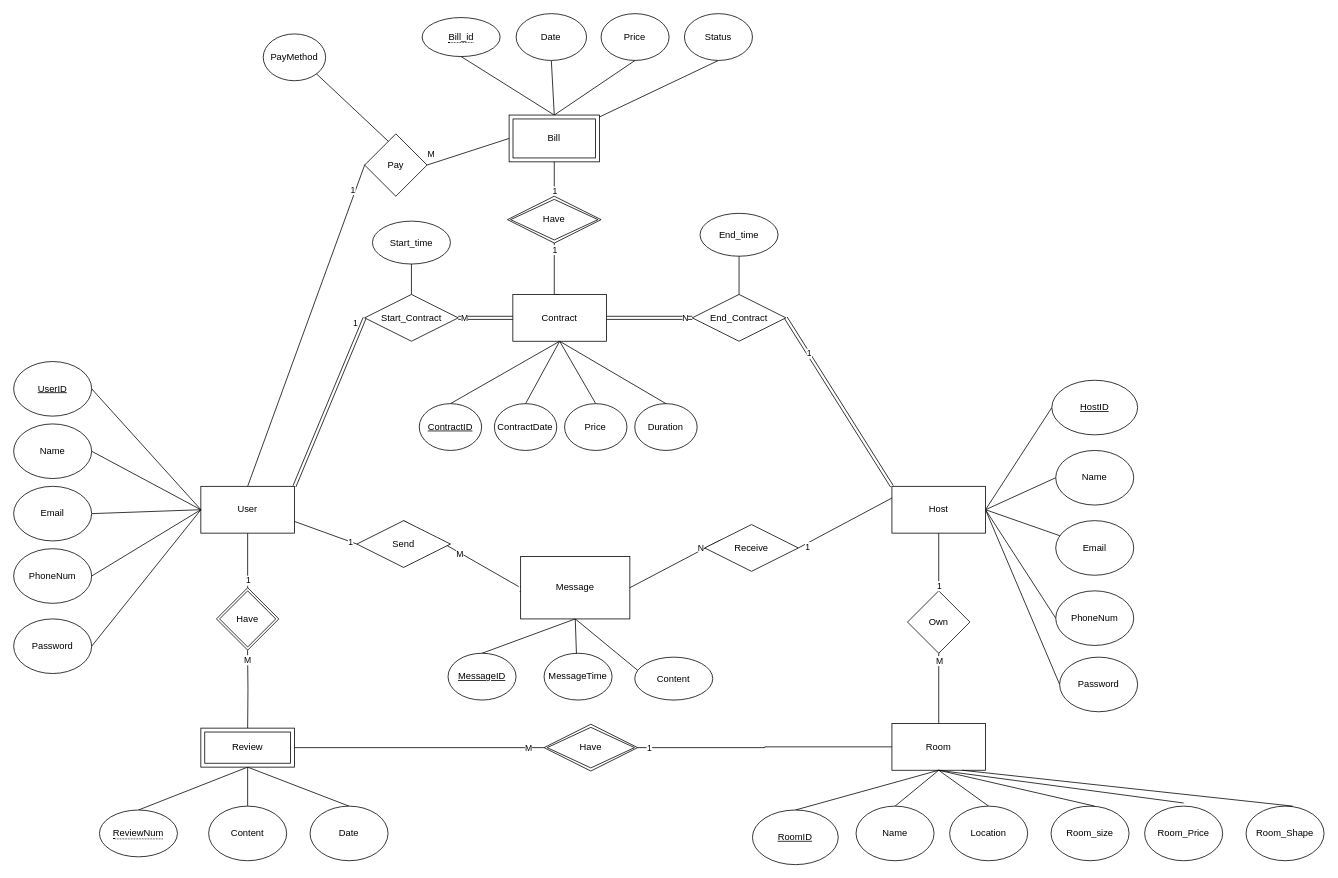
Earlier version of the draw.io diagram page "ERD" (1 of 3) of test.drawio (NKIWI0310/Database_TermProject). Source tidied: cells renumbered, new cells numbered last; positions are measured from the earlier drawing's top-left corner, leaving out a move shared by most shapes. Both pictures are drawn from the tidied source at 78%, with x=0, y=0 at pixel (13, 13).
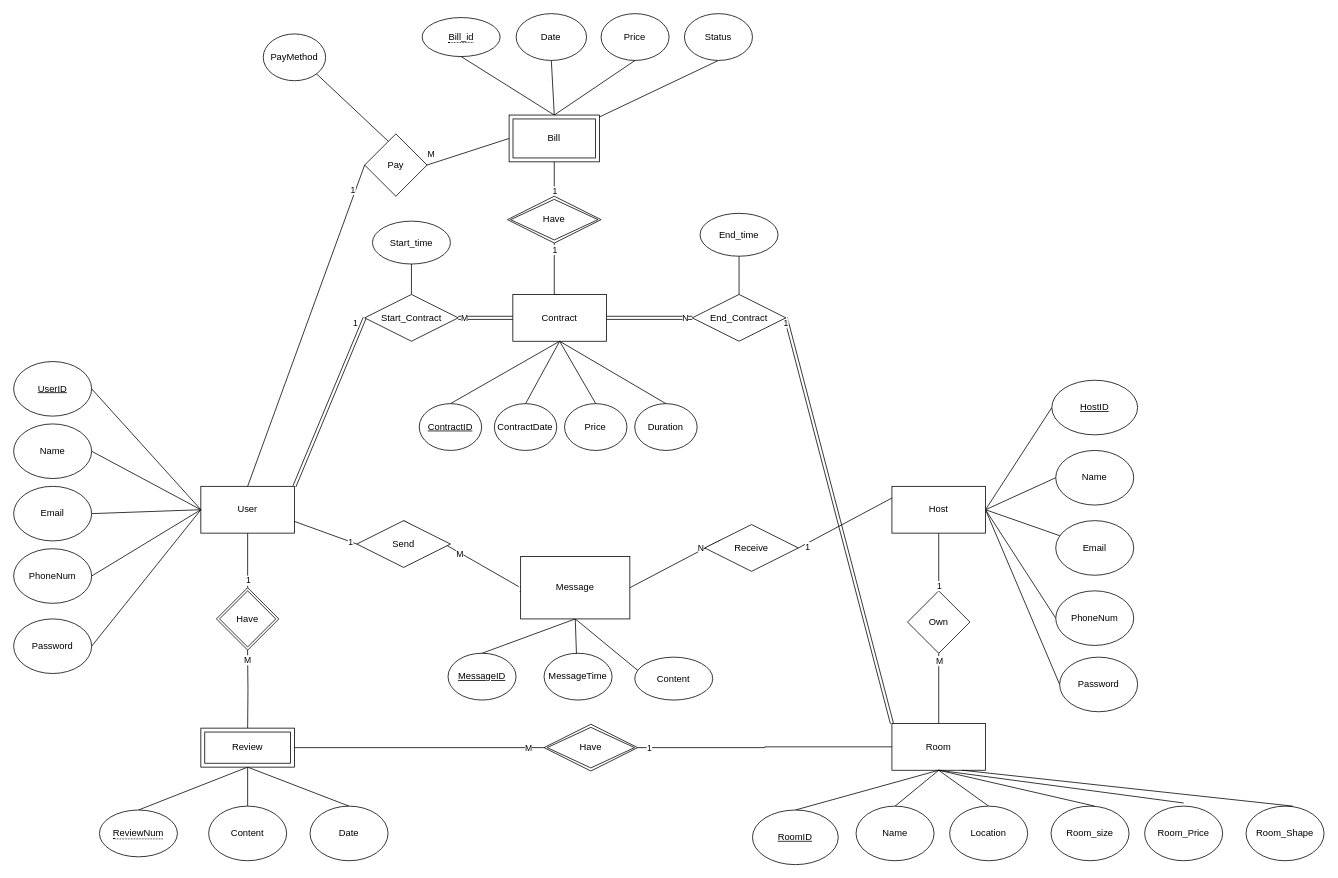
The same diagram, later.

The change refers to these unchanged cells:
```xml
<mxCell id="24" value="Room" style="rounded=0;whiteSpace=wrap;html=1;" parent="1" vertex="1">
  <mxGeometry x="1126" y="910" width="120" height="60" as="geometry" />
</mxCell>
<mxCell id="45" value="Host" style="rounded=0;whiteSpace=wrap;html=1;" parent="1" vertex="1">
  <mxGeometry x="1126" y="606" width="120" height="60" as="geometry" />
</mxCell>
<mxCell id="90" value="End_Contract" style="shape=rhombus;perimeter=rhombusPerimeter;whiteSpace=wrap;html=1;align=center;" parent="1" vertex="1">
  <mxGeometry x="870" y="360" width="120" height="60" as="geometry" />
</mxCell>
```

What changed in the source:
```diff
@@
-    <mxCell id="87" style="rounded=0;jettySize=auto;html=1;exitX=1;exitY=0.5;exitDx=0;exitDy=0;entryX=0;entryY=0;entryDx=0;entryDy=0;shape=link;" parent="1" edge="1" source="90" target="45">
+    <mxCell id="87" style="rounded=0;jettySize=auto;html=1;exitX=1;exitY=0.5;exitDx=0;exitDy=0;entryX=0;entryY=0;entryDx=0;entryDy=0;shape=link;" parent="1" edge="1" source="90" target="24">
       <mxGeometry relative="1" as="geometry" />
     </mxCell>
     <mxCell id="88" value="1" style="edgeLabel;html=1;align=center;verticalAlign=middle;" parent="87" vertex="1">
-      <mxGeometry x="-0.58" y="1" relative="1" as="geometry" />
+      <mxGeometry x="-0.58" y="1" relative="1" as="geometry">
+        <mxPoint x="-30" y="-103" as="offset" />
+      </mxGeometry>
     </mxCell>
```
